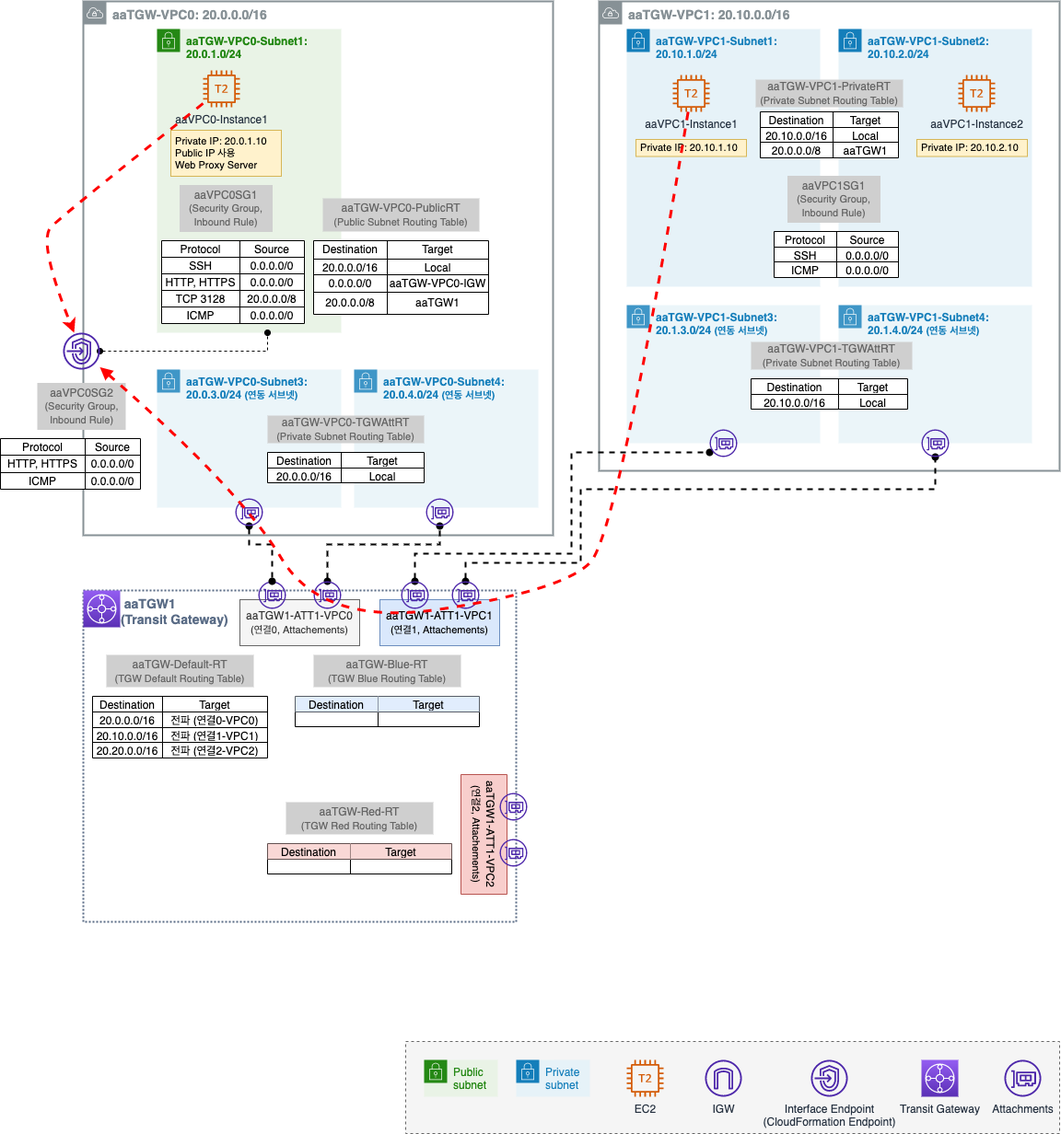
The draw.io diagram assets/img/dev/2022/1211/tgw_flow_6.png in assu10/assu10.github.io, before a commit. Source tidied: cells renumbered, new cells last; positions are measured from the earlier drawing's top-left corner, leaving out a move shared by most shapes.
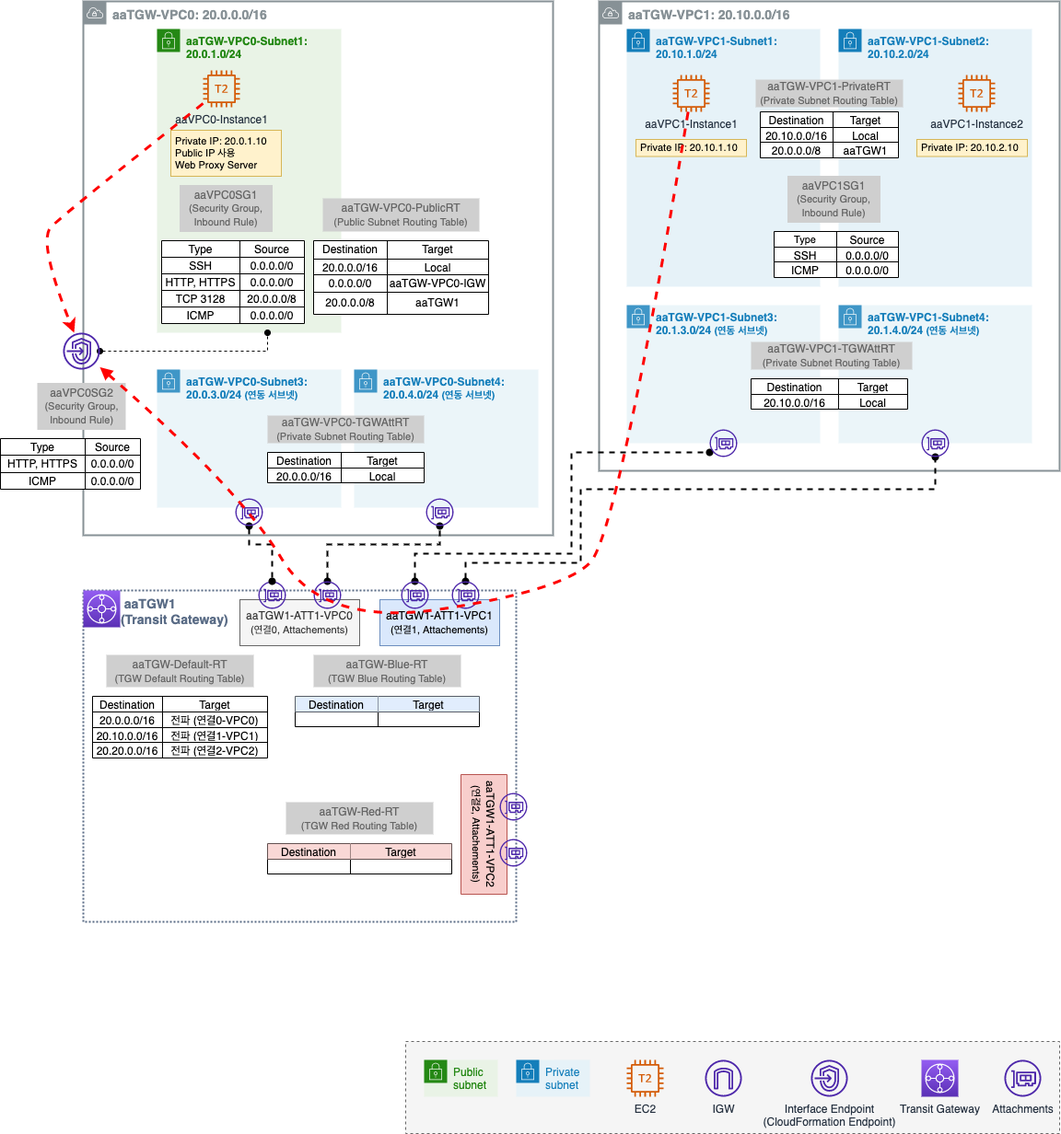
The same file after the commit.

Change to the diagram source:
```diff
@@ -94,7 +94,7 @@
     <mxCell id="30" style="shape=tableRow;horizontal=0;startSize=0;swimlaneHead=0;swimlaneBody=0;strokeColor=inherit;top=0;left=0;bottom=0;right=0;fillColor=none;fontSize=14;" parent="29" vertex="1">
       <mxGeometry width="155" height="18" as="geometry" />
     </mxCell>
-    <mxCell id="31" value="Protocol" style="shape=partialRectangle;html=1;whiteSpace=wrap;strokeColor=inherit;overflow=hidden;fillColor=none;top=0;left=0;bottom=0;right=0;fontSize=12;" parent="30" vertex="1">
+    <mxCell id="31" value="Type" style="shape=partialRectangle;html=1;whiteSpace=wrap;strokeColor=inherit;overflow=hidden;fillColor=none;top=0;left=0;bottom=0;right=0;fontSize=12;" parent="30" vertex="1">
       <mxGeometry width="85" height="18" as="geometry" />
     </mxCell>
     <mxCell id="32" value="Source" style="shape=partialRectangle;html=1;whiteSpace=wrap;strokeColor=inherit;overflow=hidden;fillColor=none;top=0;left=0;bottom=0;right=0;fontSize=12;" parent="30" vertex="1">
@@ -145,7 +145,7 @@
     <mxCell id="47" style="shape=tableRow;horizontal=0;startSize=0;swimlaneHead=0;swimlaneBody=0;strokeColor=inherit;top=0;left=0;bottom=0;right=0;fillColor=none;fontColor=#666666;" parent="46" vertex="1">
       <mxGeometry width="152" height="18" as="geometry" />
     </mxCell>
-    <mxCell id="48" value="Protocol" style="shape=partialRectangle;html=1;whiteSpace=wrap;strokeColor=inherit;overflow=hidden;fillColor=none;top=0;left=0;bottom=0;right=0;fontColor=#000000;" parent="47" vertex="1">
+    <mxCell id="48" value="Type" style="shape=partialRectangle;html=1;whiteSpace=wrap;strokeColor=inherit;overflow=hidden;fillColor=none;top=0;left=0;bottom=0;right=0;fontColor=#000000;" parent="47" vertex="1">
       <mxGeometry width="92" height="18" as="geometry" />
     </mxCell>
     <mxCell id="49" value="Source" style="shape=partialRectangle;html=1;whiteSpace=wrap;strokeColor=inherit;overflow=hidden;fillColor=none;top=0;left=0;bottom=0;right=0;fontColor=#000000;" parent="47" vertex="1">
@@ -235,7 +235,7 @@
     <mxCell id="77" style="shape=tableRow;horizontal=0;startSize=0;swimlaneHead=0;swimlaneBody=0;strokeColor=inherit;top=0;left=0;bottom=0;right=0;fillColor=none;fontSize=11;" parent="76" vertex="1">
       <mxGeometry width="135" height="17" as="geometry" />
     </mxCell>
-    <mxCell id="78" value="&lt;font style=&quot;font-size: 12px;&quot;&gt;Protocol&lt;/font&gt;" style="shape=partialRectangle;html=1;whiteSpace=wrap;strokeColor=inherit;overflow=hidden;fillColor=none;top=0;left=0;bottom=0;right=0;fontSize=11;" parent="77" vertex="1">
+    <mxCell id="78" value="Type" style="shape=partialRectangle;html=1;whiteSpace=wrap;strokeColor=inherit;overflow=hidden;fillColor=none;top=0;left=0;bottom=0;right=0;fontSize=11;" parent="77" vertex="1">
       <mxGeometry width="68" height="17" as="geometry" />
     </mxCell>
     <mxCell id="79" value="Source" style="shape=partialRectangle;html=1;whiteSpace=wrap;strokeColor=inherit;overflow=hidden;fillColor=none;top=0;left=0;bottom=0;right=0;fontSize=12;" parent="77" vertex="1">
```
